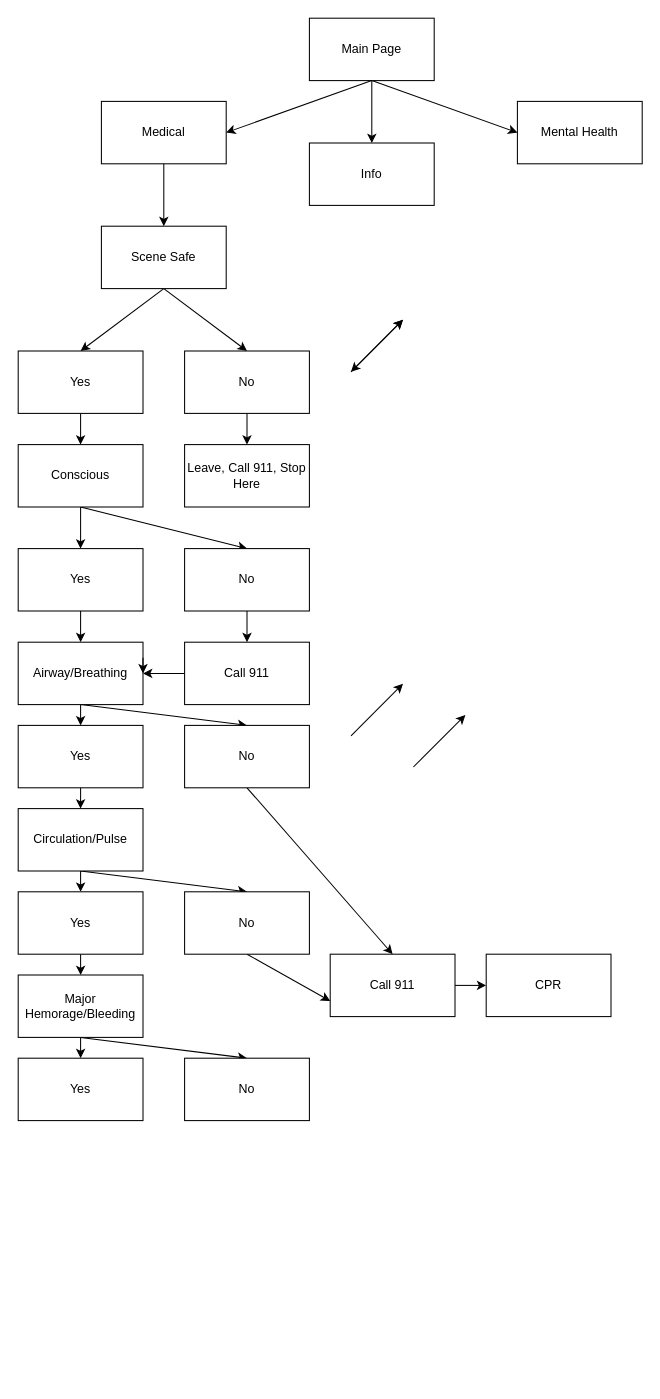
The draw.io diagram UserFlowDiagram.drawio in tfinnm/FirstAid-App, before the edit. Source tidied: cells renumbered, new cells numbered last; positions are measured from the earlier drawing's top-left corner, leaving out a move shared by most shapes. Both pictures are drawn from the tidied source at 104%, with x=0, y=0 at pixel (18, 18).
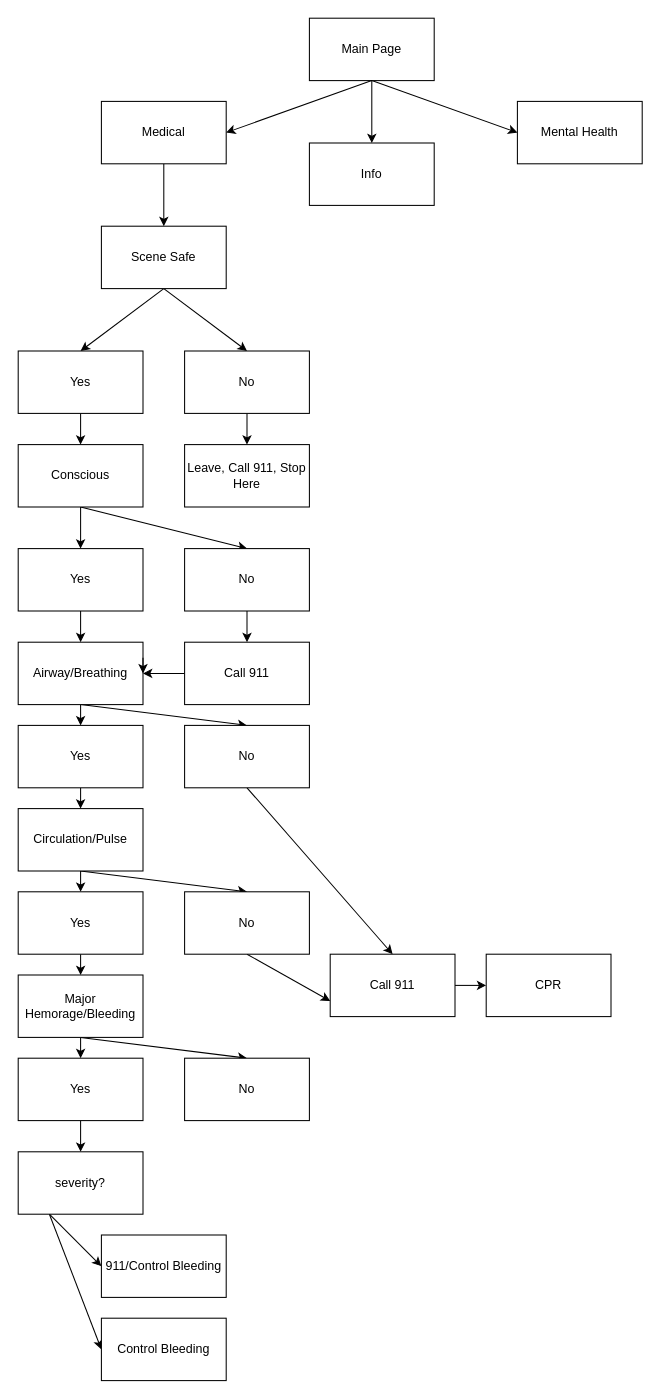
The same diagram, later.

Unchanged cells that the change refers to:
```xml
<mxCell id="52" value="Yes" style="rounded=0;whiteSpace=wrap;html=1;" parent="1" vertex="1">
  <mxGeometry y="1000" width="120" height="60" as="geometry" />
</mxCell>
```

Change to the diagram source:
```diff
@@
-    <mxCell id="13" style="endArrow=classic;html=1;" parent="1" edge="1">
-      <mxGeometry relative="1" as="geometry">
-        <mxPoint x="320" y="340" as="sourcePoint" />
-        <mxPoint x="370" y="290" as="targetPoint" />
-      </mxGeometry>
-    </mxCell>
@@
-    <mxCell id="19" style="endArrow=classic;startArrow=classic;html=1;" parent="1" edge="1">
-      <mxGeometry relative="1" as="geometry">
-        <mxPoint x="320" y="340" as="sourcePoint" />
-        <mxPoint x="370" y="290" as="targetPoint" />
-      </mxGeometry>
-    </mxCell>
@@
-    <mxCell id="40" style="endArrow=classic;html=1;" parent="1" edge="1">
-      <mxGeometry relative="1" as="geometry">
-        <mxPoint x="320" y="690" as="sourcePoint" />
-        <mxPoint x="370" y="640" as="targetPoint" />
-      </mxGeometry>
-    </mxCell>
@@
-    <mxCell id="46" style="endArrow=classic;html=1;" parent="1" edge="1">
-      <mxGeometry relative="1" as="geometry">
-        <mxPoint x="380" y="720" as="sourcePoint" />
-        <mxPoint x="430" y="670" as="targetPoint" />
-      </mxGeometry>
-    </mxCell>
@@
+    <mxCell id="54" style="edgeStyle=none;rounded=0;jettySize=auto;html=1;exitX=0.5;exitY=1;exitDx=0;exitDy=0;entryX=0.5;entryY=0;entryDx=0;entryDy=0;" parent="1" edge="1" source="52" target="57">
+      <mxGeometry relative="1" as="geometry" />
+    </mxCell>
@@
+    <mxCell id="55" style="edgeStyle=none;rounded=0;jettySize=auto;html=1;exitX=0.25;exitY=1;exitDx=0;exitDy=0;entryX=0;entryY=0.5;entryDx=0;entryDy=0;" parent="1" edge="1" source="57" target="58">
+      <mxGeometry relative="1" as="geometry" />
+    </mxCell>
+    <mxCell id="56" style="edgeStyle=none;rounded=0;jettySize=auto;html=1;exitX=0.25;exitY=1;exitDx=0;exitDy=0;entryX=0;entryY=0.5;entryDx=0;entryDy=0;" parent="1" edge="1" source="57" target="59">
+      <mxGeometry relative="1" as="geometry" />
+    </mxCell>
+    <mxCell id="57" value="severity?" style="rounded=0;whiteSpace=wrap;html=1;" parent="1" vertex="1">
+      <mxGeometry y="1090" width="120" height="60" as="geometry" />
+    </mxCell>
+    <mxCell id="58" value="911/Control Bleeding" style="rounded=0;whiteSpace=wrap;html=1;" parent="1" vertex="1">
+      <mxGeometry x="80" y="1170" width="120" height="60" as="geometry" />
+    </mxCell>
+    <mxCell id="59" value="Control Bleeding" style="rounded=0;whiteSpace=wrap;html=1;" parent="1" vertex="1">
+      <mxGeometry x="80" y="1250" width="120" height="60" as="geometry" />
+    </mxCell>
```
